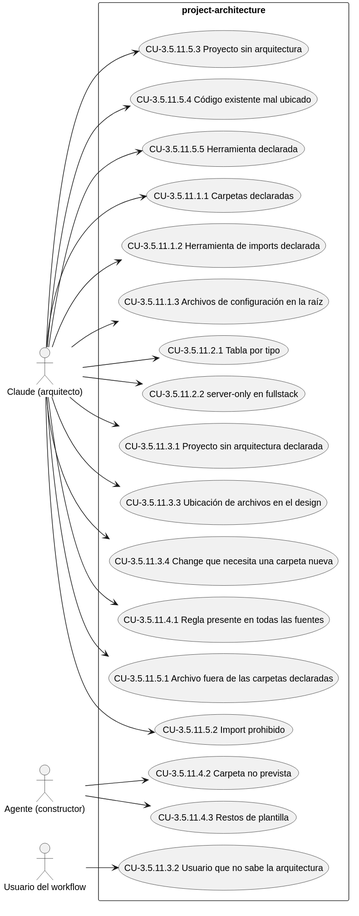
Before: docs/diagramas/CAP-3.5.11.svg, a diagram exported from PlantUML (Lautaro-Montecchiani/sdd-global-config). The source it was exported from:
```plantuml
@startuml
!pragma layout smetana
left to right direction
actor "Claude (arquitecto)" as A1
actor "Agente (constructor)" as A2
actor "Usuario del workflow" as A3
rectangle "project-architecture" {
  usecase "CU-3.5.11.1.1 Carpetas declaradas" as UC_3_5_11_1_1
  usecase "CU-3.5.11.1.2 Herramienta de imports declarada" as UC_3_5_11_1_2
  usecase "CU-3.5.11.1.3 Archivos de configuración en la raíz" as UC_3_5_11_1_3
  usecase "CU-3.5.11.2.1 Tabla por tipo" as UC_3_5_11_2_1
  usecase "CU-3.5.11.2.2 server-only en fullstack" as UC_3_5_11_2_2
  usecase "CU-3.5.11.3.1 Proyecto sin arquitectura declarada" as UC_3_5_11_3_1
  usecase "CU-3.5.11.3.2 Usuario que no sabe la arquitectura" as UC_3_5_11_3_2
  usecase "CU-3.5.11.3.3 Ubicación de archivos en el design" as UC_3_5_11_3_3
  usecase "CU-3.5.11.3.4 Change que necesita una carpeta nueva" as UC_3_5_11_3_4
  usecase "CU-3.5.11.4.1 Regla presente en todas las fuentes" as UC_3_5_11_4_1
  usecase "CU-3.5.11.4.2 Carpeta no prevista" as UC_3_5_11_4_2
  usecase "CU-3.5.11.4.3 Restos de plantilla" as UC_3_5_11_4_3
  usecase "CU-3.5.11.5.1 Archivo fuera de las carpetas declaradas" as UC_3_5_11_5_1
  usecase "CU-3.5.11.5.2 Import prohibido" as UC_3_5_11_5_2
  usecase "CU-3.5.11.5.3 Proyecto sin arquitectura" as UC_3_5_11_5_3
  usecase "CU-3.5.11.5.4 Código existente mal ubicado" as UC_3_5_11_5_4
  usecase "CU-3.5.11.5.5 Herramienta declarada" as UC_3_5_11_5_5
}
A1 --> UC_3_5_11_1_1
A1 --> UC_3_5_11_1_2
A1 --> UC_3_5_11_1_3
A1 --> UC_3_5_11_2_1
A1 --> UC_3_5_11_2_2
A1 --> UC_3_5_11_3_1
A3 --> UC_3_5_11_3_2
A1 --> UC_3_5_11_3_3
A1 --> UC_3_5_11_3_4
A1 --> UC_3_5_11_4_1
A2 --> UC_3_5_11_4_2
A2 --> UC_3_5_11_4_3
A1 --> UC_3_5_11_5_1
A1 --> UC_3_5_11_5_2
A1 --> UC_3_5_11_5_3
A1 --> UC_3_5_11_5_4
A1 --> UC_3_5_11_5_5
@enduml
```
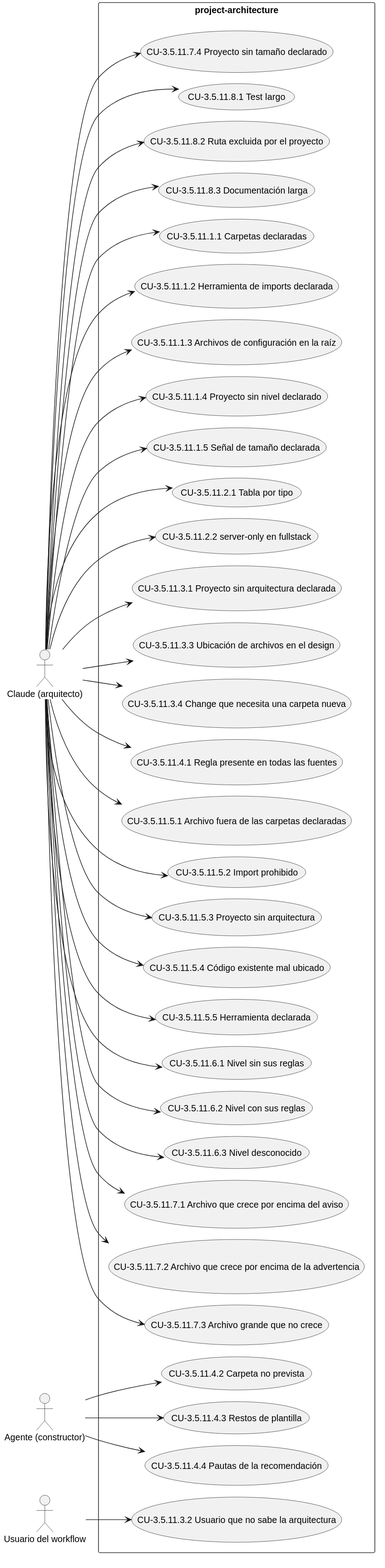
The same diagram one commit later.

What changed in the source:
```diff
@@ -8,6 +8,8 @@
   usecase "CU-3.5.11.1.1 Carpetas declaradas" as UC_3_5_11_1_1
   usecase "CU-3.5.11.1.2 Herramienta de imports declarada" as UC_3_5_11_1_2
   usecase "CU-3.5.11.1.3 Archivos de configuración en la raíz" as UC_3_5_11_1_3
+  usecase "CU-3.5.11.1.4 Proyecto sin nivel declarado" as UC_3_5_11_1_4
+  usecase "CU-3.5.11.1.5 Señal de tamaño declarada" as UC_3_5_11_1_5
   usecase "CU-3.5.11.2.1 Tabla por tipo" as UC_3_5_11_2_1
   usecase "CU-3.5.11.2.2 server-only en fullstack" as UC_3_5_11_2_2
   usecase "CU-3.5.11.3.1 Proyecto sin arquitectura declarada" as UC_3_5_11_3_1
@@ -17,15 +19,28 @@
   usecase "CU-3.5.11.4.1 Regla presente en todas las fuentes" as UC_3_5_11_4_1
   usecase "CU-3.5.11.4.2 Carpeta no prevista" as UC_3_5_11_4_2
   usecase "CU-3.5.11.4.3 Restos de plantilla" as UC_3_5_11_4_3
+  usecase "CU-3.5.11.4.4 Pautas de la recomendación" as UC_3_5_11_4_4
   usecase "CU-3.5.11.5.1 Archivo fuera de las carpetas declaradas" as UC_3_5_11_5_1
   usecase "CU-3.5.11.5.2 Import prohibido" as UC_3_5_11_5_2
   usecase "CU-3.5.11.5.3 Proyecto sin arquitectura" as UC_3_5_11_5_3
   usecase "CU-3.5.11.5.4 Código existente mal ubicado" as UC_3_5_11_5_4
   usecase "CU-3.5.11.5.5 Herramienta declarada" as UC_3_5_11_5_5
+  usecase "CU-3.5.11.6.1 Nivel sin sus reglas" as UC_3_5_11_6_1
+  usecase "CU-3.5.11.6.2 Nivel con sus reglas" as UC_3_5_11_6_2
+  usecase "CU-3.5.11.6.3 Nivel desconocido" as UC_3_5_11_6_3
+  usecase "CU-3.5.11.7.1 Archivo que crece por encima del aviso" as UC_3_5_11_7_1
+  usecase "CU-3.5.11.7.2 Archivo que crece por encima de la advertencia" as UC_3_5_11_7_2
+  usecase "CU-3.5.11.7.3 Archivo grande que no crece" as UC_3_5_11_7_3
+  usecase "CU-3.5.11.7.4 Proyecto sin tamaño declarado" as UC_3_5_11_7_4
+  usecase "CU-3.5.11.8.1 Test largo" as UC_3_5_11_8_1
+  usecase "CU-3.5.11.8.2 Ruta excluida por el proyecto" as UC_3_5_11_8_2
+  usecase "CU-3.5.11.8.3 Documentación larga" as UC_3_5_11_8_3
 }
 A1 --> UC_3_5_11_1_1
 A1 --> UC_3_5_11_1_2
 A1 --> UC_3_5_11_1_3
+A1 --> UC_3_5_11_1_4
+A1 --> UC_3_5_11_1_5
 A1 --> UC_3_5_11_2_1
 A1 --> UC_3_5_11_2_2
 A1 --> UC_3_5_11_3_1
@@ -35,9 +50,20 @@
 A1 --> UC_3_5_11_4_1
 A2 --> UC_3_5_11_4_2
 A2 --> UC_3_5_11_4_3
+A2 --> UC_3_5_11_4_4
 A1 --> UC_3_5_11_5_1
 A1 --> UC_3_5_11_5_2
 A1 --> UC_3_5_11_5_3
 A1 --> UC_3_5_11_5_4
 A1 --> UC_3_5_11_5_5
+A1 --> UC_3_5_11_6_1
+A1 --> UC_3_5_11_6_2
+A1 --> UC_3_5_11_6_3
+A1 --> UC_3_5_11_7_1
+A1 --> UC_3_5_11_7_2
+A1 --> UC_3_5_11_7_3
+A1 --> UC_3_5_11_7_4
+A1 --> UC_3_5_11_8_1
+A1 --> UC_3_5_11_8_2
+A1 --> UC_3_5_11_8_3
 @enduml
```
